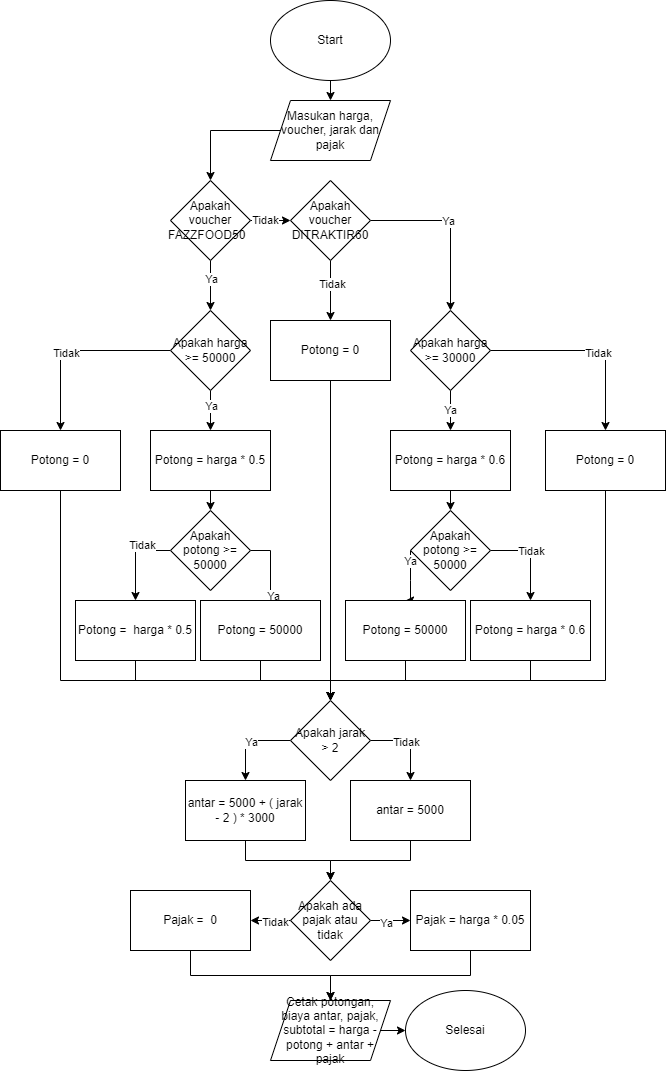
This is Diagram Voucher.png from rsad100/Tugas-Code-Implementation, a draw.io export, as it was before one commit. Source tidied: cells renumbered, new cells last; positions are measured from the earlier drawing's top-left corner, leaving out a move shared by most shapes.
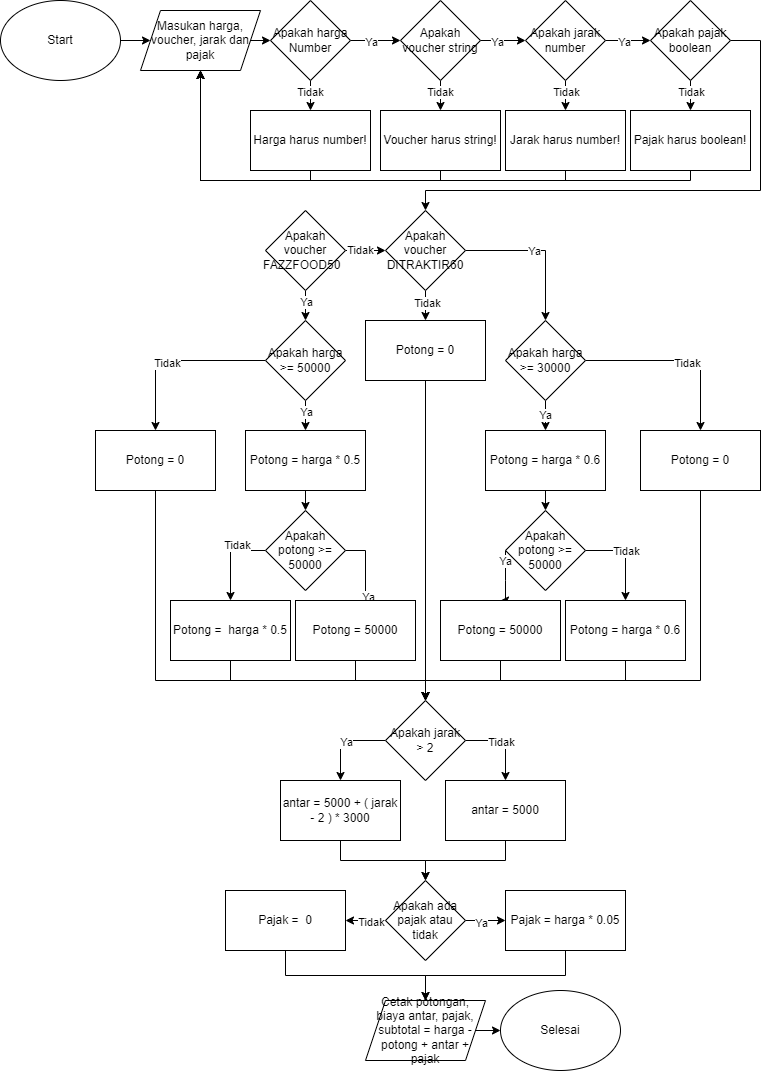
Later version of the same file.

Diff of the diagram source:
```diff
@@ -2,17 +2,17 @@
   <root>
     <mxCell id="0" />
     <mxCell id="1" parent="0" />
-    <mxCell id="2" style="edgeStyle=orthogonalEdgeStyle;rounded=0;jettySize=auto;html=1;exitX=0.5;exitY=1;exitDx=0;exitDy=0;entryX=0.5;entryY=0;entryDx=0;entryDy=0;" parent="1" edge="1" source="3" target="5">
+    <mxCell id="2" style="edgeStyle=orthogonalEdgeStyle;rounded=0;jettySize=auto;html=1;exitX=1;exitY=0.5;exitDx=0;exitDy=0;entryX=0;entryY=0.5;entryDx=0;entryDy=0;" parent="1" edge="1" source="3" target="5">
       <mxGeometry relative="1" as="geometry" />
     </mxCell>
     <mxCell id="3" value="Start" style="ellipse;whiteSpace=wrap;html=1;" parent="1" vertex="1">
-      <mxGeometry x="270" width="120" height="80" as="geometry" />
+      <mxGeometry x="-95" width="120" height="80" as="geometry" />
     </mxCell>
-    <mxCell id="4" style="edgeStyle=orthogonalEdgeStyle;rounded=0;jettySize=auto;html=1;exitX=0;exitY=0.5;exitDx=0;exitDy=0;" parent="1" edge="1" source="5" target="10">
-      <mxGeometry relative="1" as="geometry" />
-    </mxCell>
+    <mxCell id="74" style="edgeStyle=orthogonalEdgeStyle;rounded=0;jettySize=auto;html=1;exitX=1;exitY=0.5;exitDx=0;exitDy=0;entryX=0;entryY=0.5;entryDx=0;entryDy=0;" parent="1" edge="1" source="5" target="79">
+      <mxGeometry relative="1" as="geometry" />
+    </mxCell>
     <mxCell id="5" value="Masukan harga, voucher, jarak dan pajak" style="shape=parallelogram;perimeter=parallelogramPerimeter;whiteSpace=wrap;html=1;fixedSize=1;" parent="1" vertex="1">
-      <mxGeometry x="270" y="100" width="120" height="60" as="geometry" />
+      <mxGeometry x="45" y="10" width="120" height="60" as="geometry" />
     </mxCell>
     <mxCell id="6" style="edgeStyle=orthogonalEdgeStyle;rounded=0;jettySize=auto;html=1;exitX=1;exitY=0.5;exitDx=0;exitDy=0;entryX=0;entryY=0.5;entryDx=0;entryDy=0;" parent="1" edge="1" source="10" target="73">
       <mxGeometry relative="1" as="geometry" />
@@ -27,7 +27,7 @@
       <mxGeometry x="-0.26" relative="1" as="geometry" />
     </mxCell>
     <mxCell id="10" value="Apakah voucher FAZZFOOD50&amp;nbsp;&amp;nbsp;" style="rhombus;whiteSpace=wrap;html=1;" parent="1" vertex="1">
-      <mxGeometry x="170" y="180" width="80" height="80" as="geometry" />
+      <mxGeometry x="170" y="210" width="80" height="80" as="geometry" />
     </mxCell>
     <mxCell id="11" style="edgeStyle=orthogonalEdgeStyle;rounded=0;jettySize=auto;html=1;exitX=0;exitY=0.5;exitDx=0;exitDy=0;entryX=0.5;entryY=0;entryDx=0;entryDy=0;" parent="1" edge="1" source="15" target="25">
       <mxGeometry relative="1" as="geometry" />
@@ -42,7 +42,7 @@
       <mxGeometry x="-0.24" relative="1" as="geometry" />
     </mxCell>
     <mxCell id="15" value="Apakah harga &amp;gt;= 50000" style="rhombus;whiteSpace=wrap;html=1;" parent="1" vertex="1">
-      <mxGeometry x="170" y="310" width="80" height="80" as="geometry" />
+      <mxGeometry x="170" y="320" width="80" height="80" as="geometry" />
     </mxCell>
     <mxCell id="16" value="Ya" style="edgeStyle=orthogonalEdgeStyle;rounded=0;jettySize=auto;html=1;exitX=0.5;exitY=1;exitDx=0;exitDy=0;entryX=0.5;entryY=0;entryDx=0;entryDy=0;" parent="1" edge="1" source="19" target="45">
       <mxGeometry relative="1" as="geometry" />
@@ -54,7 +54,7 @@
       <mxGeometry x="0.09" y="-2" relative="1" as="geometry" />
     </mxCell>
     <mxCell id="19" value="Apakah harga &amp;gt;= 30000" style="rhombus;whiteSpace=wrap;html=1;" parent="1" vertex="1">
-      <mxGeometry x="410" y="310" width="80" height="80" as="geometry" />
+      <mxGeometry x="410" y="320" width="80" height="80" as="geometry" />
     </mxCell>
     <mxCell id="20" style="edgeStyle=orthogonalEdgeStyle;rounded=0;jettySize=auto;html=1;exitX=0.5;exitY=1;exitDx=0;exitDy=0;entryX=0.5;entryY=0;entryDx=0;entryDy=0;" parent="1" edge="1" source="21" target="39">
       <mxGeometry relative="1" as="geometry" />
@@ -233,7 +233,115 @@
       <mxGeometry x="-0.09" relative="1" as="geometry" />
     </mxCell>
     <mxCell id="73" value="Apakah voucher DITRAKTIR60" style="rhombus;whiteSpace=wrap;html=1;" parent="1" vertex="1">
-      <mxGeometry x="290" y="180" width="80" height="80" as="geometry" />
+      <mxGeometry x="290" y="210" width="80" height="80" as="geometry" />
     </mxCell>
+    <mxCell id="75" style="edgeStyle=orthogonalEdgeStyle;rounded=0;jettySize=auto;html=1;exitX=1;exitY=0.5;exitDx=0;exitDy=0;entryX=0;entryY=0.5;entryDx=0;entryDy=0;" parent="1" edge="1" source="79" target="84">
+      <mxGeometry relative="1" as="geometry" />
+    </mxCell>
+    <mxCell id="76" value="Ya" style="edgeLabel;html=1;align=center;verticalAlign=middle;" parent="75" vertex="1">
+      <mxGeometry x="-0.22" y="-1" relative="1" as="geometry" />
+    </mxCell>
+    <mxCell id="77" style="edgeStyle=orthogonalEdgeStyle;rounded=0;jettySize=auto;html=1;exitX=0.5;exitY=1;exitDx=0;exitDy=0;entryX=0.5;entryY=0;entryDx=0;entryDy=0;" parent="1" edge="1" source="79" target="95">
+      <mxGeometry relative="1" as="geometry" />
+    </mxCell>
+    <mxCell id="78" value="Tidak" style="edgeLabel;html=1;align=center;verticalAlign=middle;" parent="77" vertex="1">
+      <mxGeometry x="-0.26" y="-1" relative="1" as="geometry" />
+    </mxCell>
+    <mxCell id="79" value="Apakah harga Number" style="rhombus;whiteSpace=wrap;html=1;" parent="1" vertex="1">
+      <mxGeometry x="175" width="80" height="80" as="geometry" />
+    </mxCell>
+    <mxCell id="80" style="edgeStyle=orthogonalEdgeStyle;rounded=0;jettySize=auto;html=1;exitX=1;exitY=0.5;exitDx=0;exitDy=0;entryX=0;entryY=0.5;entryDx=0;entryDy=0;" parent="1" edge="1" source="84" target="89">
+      <mxGeometry relative="1" as="geometry" />
+    </mxCell>
+    <mxCell id="81" value="Ya" style="edgeLabel;html=1;align=center;verticalAlign=middle;" parent="80" vertex="1">
+      <mxGeometry x="-0.27" y="-1" relative="1" as="geometry" />
+    </mxCell>
+    <mxCell id="82" style="edgeStyle=orthogonalEdgeStyle;rounded=0;jettySize=auto;html=1;exitX=0.5;exitY=1;exitDx=0;exitDy=0;entryX=0.5;entryY=0;entryDx=0;entryDy=0;" parent="1" edge="1" source="84" target="97">
+      <mxGeometry relative="1" as="geometry" />
+    </mxCell>
+    <mxCell id="83" value="Tidak" style="edgeLabel;html=1;align=center;verticalAlign=middle;" parent="82" vertex="1">
+      <mxGeometry x="-0.24" y="-1" relative="1" as="geometry" />
+    </mxCell>
+    <mxCell id="84" value="Apakah voucher string" style="rhombus;whiteSpace=wrap;html=1;" parent="1" vertex="1">
+      <mxGeometry x="305" width="80" height="80" as="geometry" />
+    </mxCell>
+    <mxCell id="85" style="edgeStyle=orthogonalEdgeStyle;rounded=0;jettySize=auto;html=1;exitX=1;exitY=0.5;exitDx=0;exitDy=0;entryX=0;entryY=0.5;entryDx=0;entryDy=0;" parent="1" edge="1" source="89" target="93">
+      <mxGeometry relative="1" as="geometry" />
+    </mxCell>
+    <mxCell id="86" value="Ya" style="edgeLabel;html=1;align=center;verticalAlign=middle;" parent="85" vertex="1">
+      <mxGeometry x="-0.21" y="-1" relative="1" as="geometry" />
+    </mxCell>
+    <mxCell id="87" style="edgeStyle=orthogonalEdgeStyle;rounded=0;jettySize=auto;html=1;exitX=0.5;exitY=1;exitDx=0;exitDy=0;entryX=0.5;entryY=0;entryDx=0;entryDy=0;" parent="1" edge="1" source="89" target="99">
+      <mxGeometry relative="1" as="geometry" />
+    </mxCell>
+    <mxCell id="88" value="Tidak" style="edgeLabel;html=1;align=center;verticalAlign=middle;" parent="87" vertex="1">
+      <mxGeometry x="-0.29" relative="1" as="geometry" />
+    </mxCell>
+    <mxCell id="89" value="Apakah jarak number" style="rhombus;whiteSpace=wrap;html=1;" parent="1" vertex="1">
+      <mxGeometry x="430" width="80" height="80" as="geometry" />
+    </mxCell>
+    <mxCell id="90" style="edgeStyle=orthogonalEdgeStyle;rounded=0;jettySize=auto;html=1;exitX=0.5;exitY=1;exitDx=0;exitDy=0;entryX=0.5;entryY=0;entryDx=0;entryDy=0;" parent="1" edge="1" source="93" target="101">
+      <mxGeometry relative="1" as="geometry" />
+    </mxCell>
+    <mxCell id="91" value="Tidak" style="edgeLabel;html=1;align=center;verticalAlign=middle;" parent="90" vertex="1">
+      <mxGeometry x="-0.27" relative="1" as="geometry" />
+    </mxCell>
+    <mxCell id="92" style="edgeStyle=orthogonalEdgeStyle;rounded=0;jettySize=auto;html=1;exitX=1;exitY=0.5;exitDx=0;exitDy=0;entryX=0.5;entryY=0;entryDx=0;entryDy=0;" parent="1" edge="1" source="93" target="73">
+      <mxGeometry relative="1" as="geometry">
+        <Array as="points">
+          <mxPoint x="665" y="40" />
+          <mxPoint x="665" y="190" />
+          <mxPoint x="330" y="190" />
+        </Array>
+      </mxGeometry>
+    </mxCell>
+    <mxCell id="93" value="Apakah pajak boolean" style="rhombus;whiteSpace=wrap;html=1;" parent="1" vertex="1">
+      <mxGeometry x="555" width="80" height="80" as="geometry" />
+    </mxCell>
+    <mxCell id="94" style="edgeStyle=orthogonalEdgeStyle;rounded=0;jettySize=auto;html=1;exitX=0.5;exitY=1;exitDx=0;exitDy=0;entryX=0.5;entryY=1;entryDx=0;entryDy=0;" parent="1" edge="1" source="95" target="5">
+      <mxGeometry relative="1" as="geometry">
+        <Array as="points">
+          <mxPoint x="215" y="180" />
+          <mxPoint x="105" y="180" />
+        </Array>
+      </mxGeometry>
+    </mxCell>
+    <mxCell id="95" value="Harga harus number!" style="rounded=0;whiteSpace=wrap;html=1;" parent="1" vertex="1">
+      <mxGeometry x="155" y="110" width="120" height="60" as="geometry" />
+    </mxCell>
+    <mxCell id="96" style="edgeStyle=orthogonalEdgeStyle;rounded=0;jettySize=auto;html=1;exitX=0.5;exitY=1;exitDx=0;exitDy=0;entryX=0.5;entryY=1;entryDx=0;entryDy=0;" parent="1" edge="1" source="97" target="5">
+      <mxGeometry relative="1" as="geometry">
+        <Array as="points">
+          <mxPoint x="345" y="180" />
+          <mxPoint x="105" y="180" />
+        </Array>
+      </mxGeometry>
+    </mxCell>
+    <mxCell id="97" value="Voucher harus string!" style="rounded=0;whiteSpace=wrap;html=1;" parent="1" vertex="1">
+      <mxGeometry x="285" y="110" width="120" height="60" as="geometry" />
+    </mxCell>
+    <mxCell id="98" style="edgeStyle=orthogonalEdgeStyle;rounded=0;jettySize=auto;html=1;exitX=0.5;exitY=1;exitDx=0;exitDy=0;" parent="1" edge="1" source="99">
+      <mxGeometry relative="1" as="geometry">
+        <mxPoint x="105" y="70" as="targetPoint" />
+        <Array as="points">
+          <mxPoint x="470" y="180" />
+          <mxPoint x="105" y="180" />
+        </Array>
+      </mxGeometry>
+    </mxCell>
+    <mxCell id="99" value="Jarak harus number!" style="rounded=0;whiteSpace=wrap;html=1;" parent="1" vertex="1">
+      <mxGeometry x="410" y="110" width="120" height="60" as="geometry" />
+    </mxCell>
+    <mxCell id="100" style="edgeStyle=orthogonalEdgeStyle;rounded=0;jettySize=auto;html=1;exitX=0.5;exitY=1;exitDx=0;exitDy=0;entryX=0.5;entryY=1;entryDx=0;entryDy=0;" parent="1" edge="1" source="101" target="5">
+      <mxGeometry relative="1" as="geometry">
+        <Array as="points">
+          <mxPoint x="595" y="180" />
+          <mxPoint x="105" y="180" />
+        </Array>
+      </mxGeometry>
+    </mxCell>
+    <mxCell id="101" value="Pajak harus boolean!" style="rounded=0;whiteSpace=wrap;html=1;" parent="1" vertex="1">
+      <mxGeometry x="535" y="110" width="120" height="60" as="geometry" />
+    </mxCell>
   </root>
 </mxGraphModel>
```
